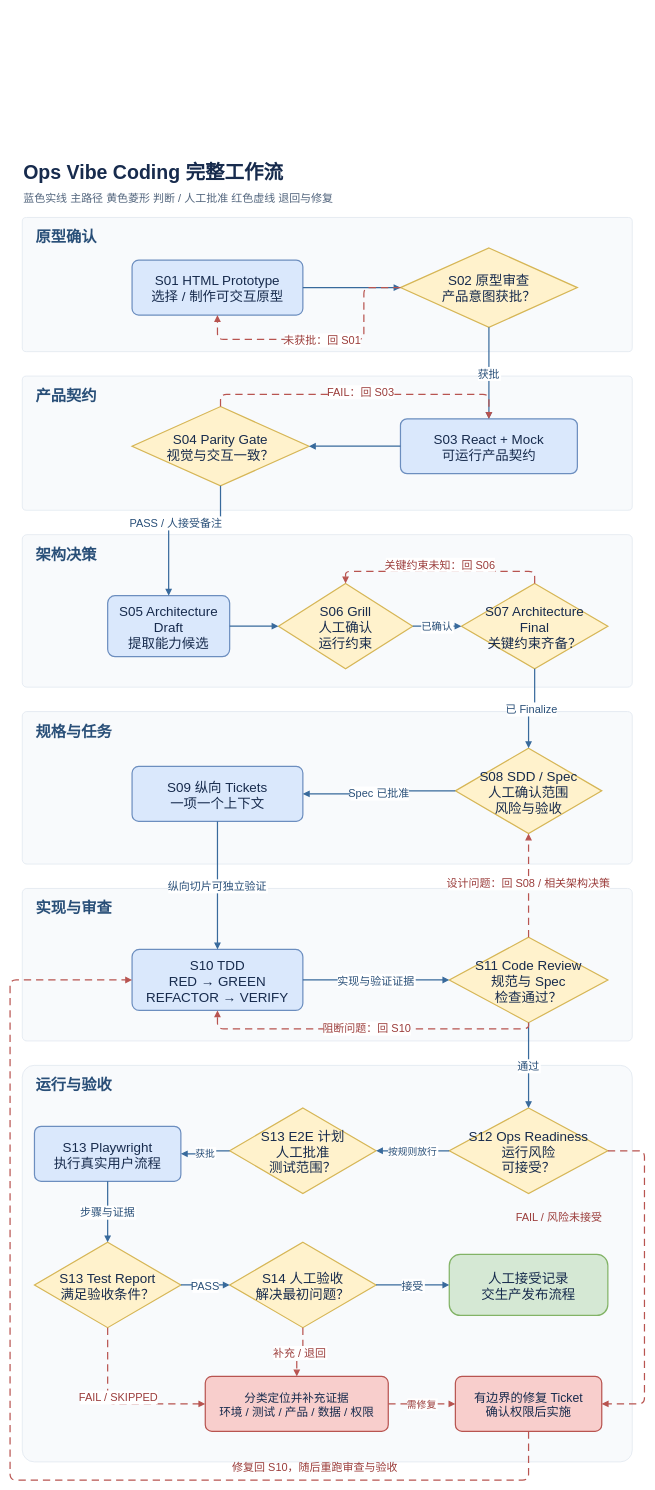
This is docs/diagrams/ops-vibe-coding-workflow.drawio from Dusk-996/ops-vibe-coding, a draw.io file, before an edit. Source tidied: cells renumbered, new cells numbered last; positions are measured from the earlier drawing's top-left corner, leaving out a move shared by most shapes. Both pictures are drawn from the tidied source at 61%, with x=0, y=0 at pixel (10, 156).
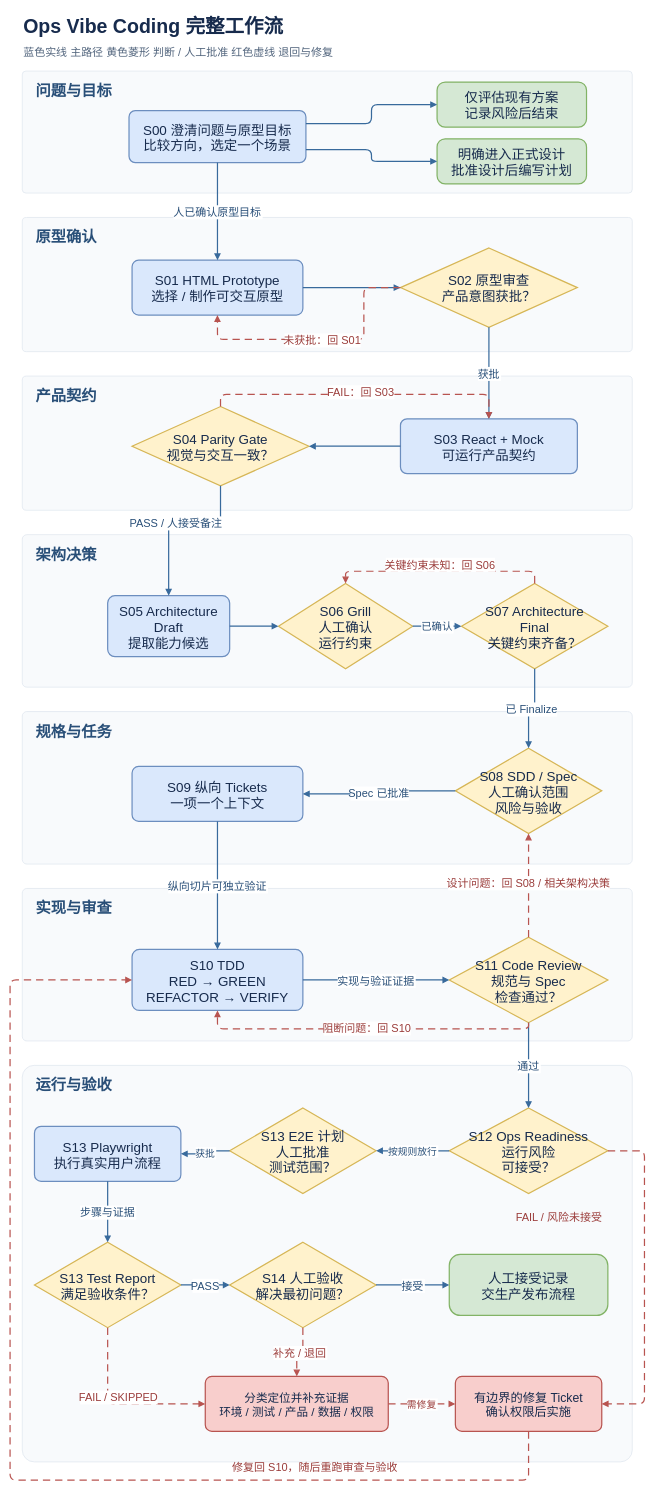
After the change.

The change refers to these unchanged cells:
```xml
<mxCell id="16" value="S01  HTML Prototype&#10;选择 / 制作可交互原型" style="whiteSpace=nowrap;html=0;fontFamily=Microsoft YaHei;fontSize=22;fontColor=#172b4d;strokeWidth=2;rounded=1;arcSize=12;fillColor=#dae8fc;strokeColor=#6c8ebf;" parent="1" vertex="1">
  <mxGeometry x="200" y="170" width="280" height="90" as="geometry" />
</mxCell>
```

The edit, as a diff of the source:
```diff
@@
     <mxCell id="2" value="Ops Vibe Coding 完整工作流" style="whiteSpace=nowrap;html=0;fontFamily=Microsoft YaHei;fontSize=22;fontColor=#172b4d;strokeWidth=2;text;strokeColor=none;fillColor=none;align=left;verticalAlign=middle;fontSize=32;fontStyle=1;" parent="1" vertex="1">
-      <mxGeometry x="20" width="1000" height="45" as="geometry" />
+      <mxGeometry x="20" y="-240" width="1000" height="45" as="geometry" />
     </mxCell>
     <mxCell id="3" value="蓝色实线  主路径     黄色菱形  判断 / 人工批准     红色虚线  退回与修复" style="whiteSpace=nowrap;html=0;fontFamily=Microsoft YaHei;fontSize=22;fontColor=#172b4d;strokeWidth=2;text;strokeColor=none;fillColor=none;align=left;verticalAlign=middle;fontSize=18;fontColor=#52657d;" parent="1" vertex="1">
-      <mxGeometry x="20" y="50" width="1000" height="35" as="geometry" />
+      <mxGeometry x="20" y="-190" width="1000" height="35" as="geometry" />
     </mxCell>
+    <mxCell id="63" style="whiteSpace=nowrap;html=0;fontFamily=Microsoft YaHei;fontSize=22;fontColor=#172b4d;strokeWidth=2;rounded=1;arcSize=3;fillColor=#f8fafc;strokeColor=#d9e1ec;strokeWidth=1;" parent="1" vertex="1">
+      <mxGeometry x="20" y="-140" width="1000" height="200" as="geometry" />
+    </mxCell>
+    <mxCell id="64" value="问题与目标" style="whiteSpace=nowrap;html=0;fontFamily=Microsoft YaHei;fontSize=22;fontColor=#172b4d;strokeWidth=2;text;strokeColor=none;fillColor=none;align=left;verticalAlign=middle;fontSize=25;fontStyle=1;fontColor=#294f78;" parent="1" vertex="1">
+      <mxGeometry x="40" y="-130" width="180" height="40" as="geometry" />
+    </mxCell>
+    <mxCell id="65" value="S00  澄清问题与原型目标&#10;比较方向，选定一个场景" style="whiteSpace=nowrap;html=0;fontFamily=Microsoft YaHei;fontSize=22;fontColor=#172b4d;strokeWidth=2;rounded=1;arcSize=12;fillColor=#dae8fc;strokeColor=#6c8ebf;" parent="1" vertex="1">
+      <mxGeometry x="195" y="-75" width="290" height="85" as="geometry" />
+    </mxCell>
+    <mxCell id="66" value="仅评估现有方案&#10;记录风险后结束" style="whiteSpace=nowrap;html=0;fontFamily=Microsoft YaHei;fontSize=22;fontColor=#172b4d;strokeWidth=2;rounded=1;arcSize=18;fillColor=#d5e8d4;strokeColor=#82b366;" parent="1" vertex="1">
+      <mxGeometry x="700" y="-122" width="245" height="74" as="geometry" />
+    </mxCell>
+    <mxCell id="67" value="明确进入正式设计&#10;批准设计后编写计划" style="whiteSpace=nowrap;html=0;fontFamily=Microsoft YaHei;fontSize=22;fontColor=#172b4d;strokeWidth=2;rounded=1;arcSize=18;fillColor=#d5e8d4;strokeColor=#82b366;" parent="1" vertex="1">
+      <mxGeometry x="700" y="-29" width="245" height="74" as="geometry" />
+    </mxCell>
@@
+    <mxCell id="68" style="edgeStyle=orthogonalEdgeStyle;rounded=1;html=0;endArrow=block;endFill=1;strokeWidth=2;fontFamily=Microsoft YaHei;fontSize=18;labelBackgroundColor=#ffffff;strokeColor=#386a9c;fontColor=#294f78;exitX=1;exitY=0.25;entryX=0;entryY=0.5;" parent="1" edge="1" source="65" target="66">
+      <mxGeometry relative="1" as="geometry" />
+    </mxCell>
+    <mxCell id="69" style="edgeStyle=orthogonalEdgeStyle;rounded=1;html=0;endArrow=block;endFill=1;strokeWidth=2;fontFamily=Microsoft YaHei;fontSize=18;labelBackgroundColor=#ffffff;strokeColor=#386a9c;fontColor=#294f78;exitX=1;exitY=0.75;entryX=0;entryY=0.5;" parent="1" edge="1" source="65" target="67">
+      <mxGeometry relative="1" as="geometry" />
+    </mxCell>
+    <mxCell id="70" value="人已确认原型目标" style="edgeStyle=orthogonalEdgeStyle;rounded=1;html=0;endArrow=block;endFill=1;strokeWidth=2;fontFamily=Microsoft YaHei;fontSize=18;labelBackgroundColor=#ffffff;strokeColor=#386a9c;fontColor=#294f78;exitX=0.5;exitY=1;entryX=0.5;entryY=0;" parent="1" edge="1" source="65" target="16">
+      <mxGeometry relative="1" as="geometry" />
+    </mxCell>
```
